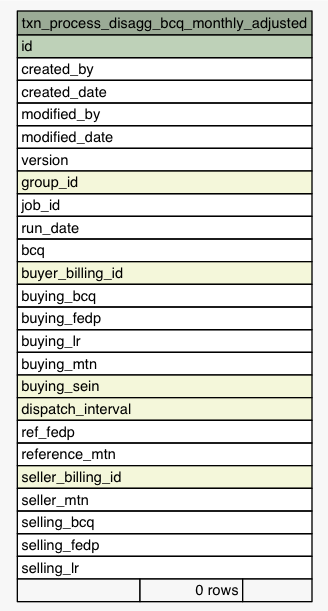
The Graphviz diagram Data/settlement/diagrams/summary/txn_process_disagg_bcq_monthly_adjusted.1degree.png in eyana-m/python-data-dictionary-writer, before a commit. Its source is kept beside it as Data/settlement/diagrams/summary/txn_process_disagg_bcq_monthly_adjusted.1degree.dot. The source it was exported from:
```dot
digraph "txn_process_disagg_bcq_monthly_adjusted" {
  graph [
    rankdir="RL"
    bgcolor="#f7f7f7"
    nodesep="0.18"
    ranksep="0.46"
    fontname="Helvetica"
    fontsize="11"
  ];
  node [
    fontname="Helvetica"
    fontsize="11"
    shape="plaintext"
  ];
  edge [
    arrowsize="0.8"
  ];
  "txn_process_disagg_bcq_monthly_adjusted" [
    label=<
    <TABLE BORDER="0" CELLBORDER="1" CELLSPACING="0" BGCOLOR="#ffffff">
      <TR><TD COLSPAN="3" BGCOLOR="#9bab96" ALIGN="CENTER">txn_process_disagg_bcq_monthly_adjusted</TD></TR>
      <TR><TD PORT="id" COLSPAN="3" BGCOLOR="#bed1b8" ALIGN="LEFT">id</TD></TR>
      <TR><TD PORT="created_by" COLSPAN="3" ALIGN="LEFT">created_by</TD></TR>
      <TR><TD PORT="created_date" COLSPAN="3" ALIGN="LEFT">created_date</TD></TR>
      <TR><TD PORT="modified_by" COLSPAN="3" ALIGN="LEFT">modified_by</TD></TR>
      <TR><TD PORT="modified_date" COLSPAN="3" ALIGN="LEFT">modified_date</TD></TR>
      <TR><TD PORT="version" COLSPAN="3" ALIGN="LEFT">version</TD></TR>
      <TR><TD PORT="group_id" COLSPAN="3" BGCOLOR="#f4f7da" ALIGN="LEFT">group_id</TD></TR>
      <TR><TD PORT="job_id" COLSPAN="3" ALIGN="LEFT">job_id</TD></TR>
      <TR><TD PORT="run_date" COLSPAN="3" ALIGN="LEFT">run_date</TD></TR>
      <TR><TD PORT="bcq" COLSPAN="3" ALIGN="LEFT">bcq</TD></TR>
      <TR><TD PORT="buyer_billing_id" COLSPAN="3" BGCOLOR="#f4f7da" ALIGN="LEFT">buyer_billing_id</TD></TR>
      <TR><TD PORT="buying_bcq" COLSPAN="3" ALIGN="LEFT">buying_bcq</TD></TR>
      <TR><TD PORT="buying_fedp" COLSPAN="3" ALIGN="LEFT">buying_fedp</TD></TR>
      <TR><TD PORT="buying_lr" COLSPAN="3" ALIGN="LEFT">buying_lr</TD></TR>
      <TR><TD PORT="buying_mtn" COLSPAN="3" ALIGN="LEFT">buying_mtn</TD></TR>
      <TR><TD PORT="buying_sein" COLSPAN="3" BGCOLOR="#f4f7da" ALIGN="LEFT">buying_sein</TD></TR>
      <TR><TD PORT="dispatch_interval" COLSPAN="3" BGCOLOR="#f4f7da" ALIGN="LEFT">dispatch_interval</TD></TR>
      <TR><TD PORT="ref_fedp" COLSPAN="3" ALIGN="LEFT">ref_fedp</TD></TR>
      <TR><TD PORT="reference_mtn" COLSPAN="3" ALIGN="LEFT">reference_mtn</TD></TR>
      <TR><TD PORT="seller_billing_id" COLSPAN="3" BGCOLOR="#f4f7da" ALIGN="LEFT">seller_billing_id</TD></TR>
      <TR><TD PORT="seller_mtn" COLSPAN="3" ALIGN="LEFT">seller_mtn</TD></TR>
      <TR><TD PORT="selling_bcq" COLSPAN="3" ALIGN="LEFT">selling_bcq</TD></TR>
      <TR><TD PORT="selling_fedp" COLSPAN="3" ALIGN="LEFT">selling_fedp</TD></TR>
      <TR><TD PORT="selling_lr" COLSPAN="3" ALIGN="LEFT">selling_lr</TD></TR>
      <TR><TD ALIGN="LEFT" BGCOLOR="#f7f7f7">  </TD><TD ALIGN="RIGHT" BGCOLOR="#f7f7f7">0 rows</TD><TD ALIGN="RIGHT" BGCOLOR="#f7f7f7">  </TD></TR>
    </TABLE>>
    URL="tables/txn_process_disagg_bcq_monthly_adjusted.html"
    tooltip="txn_process_disagg_bcq_monthly_adjusted"
  ];
}
```
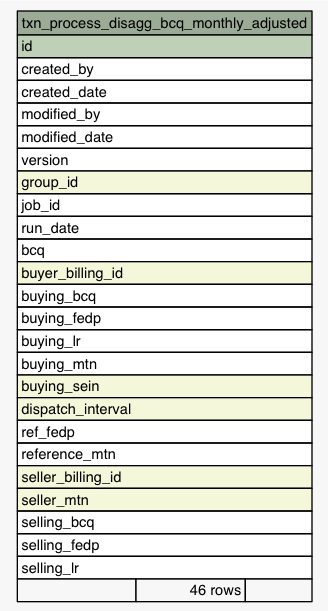
Above is the later version.

The edit, as a diff of the source:
```diff
@@ -39,11 +39,11 @@
       <TR><TD PORT="ref_fedp" COLSPAN="3" ALIGN="LEFT">ref_fedp</TD></TR>
       <TR><TD PORT="reference_mtn" COLSPAN="3" ALIGN="LEFT">reference_mtn</TD></TR>
       <TR><TD PORT="seller_billing_id" COLSPAN="3" BGCOLOR="#f4f7da" ALIGN="LEFT">seller_billing_id</TD></TR>
-      <TR><TD PORT="seller_mtn" COLSPAN="3" ALIGN="LEFT">seller_mtn</TD></TR>
+      <TR><TD PORT="seller_mtn" COLSPAN="3" BGCOLOR="#f4f7da" ALIGN="LEFT">seller_mtn</TD></TR>
       <TR><TD PORT="selling_bcq" COLSPAN="3" ALIGN="LEFT">selling_bcq</TD></TR>
       <TR><TD PORT="selling_fedp" COLSPAN="3" ALIGN="LEFT">selling_fedp</TD></TR>
       <TR><TD PORT="selling_lr" COLSPAN="3" ALIGN="LEFT">selling_lr</TD></TR>
-      <TR><TD ALIGN="LEFT" BGCOLOR="#f7f7f7">  </TD><TD ALIGN="RIGHT" BGCOLOR="#f7f7f7">0 rows</TD><TD ALIGN="RIGHT" BGCOLOR="#f7f7f7">  </TD></TR>
+      <TR><TD ALIGN="LEFT" BGCOLOR="#f7f7f7">  </TD><TD ALIGN="RIGHT" BGCOLOR="#f7f7f7">46 rows</TD><TD ALIGN="RIGHT" BGCOLOR="#f7f7f7">  </TD></TR>
     </TABLE>>
     URL="tables/txn_process_disagg_bcq_monthly_adjusted.html"
     tooltip="txn_process_disagg_bcq_monthly_adjusted"
```
